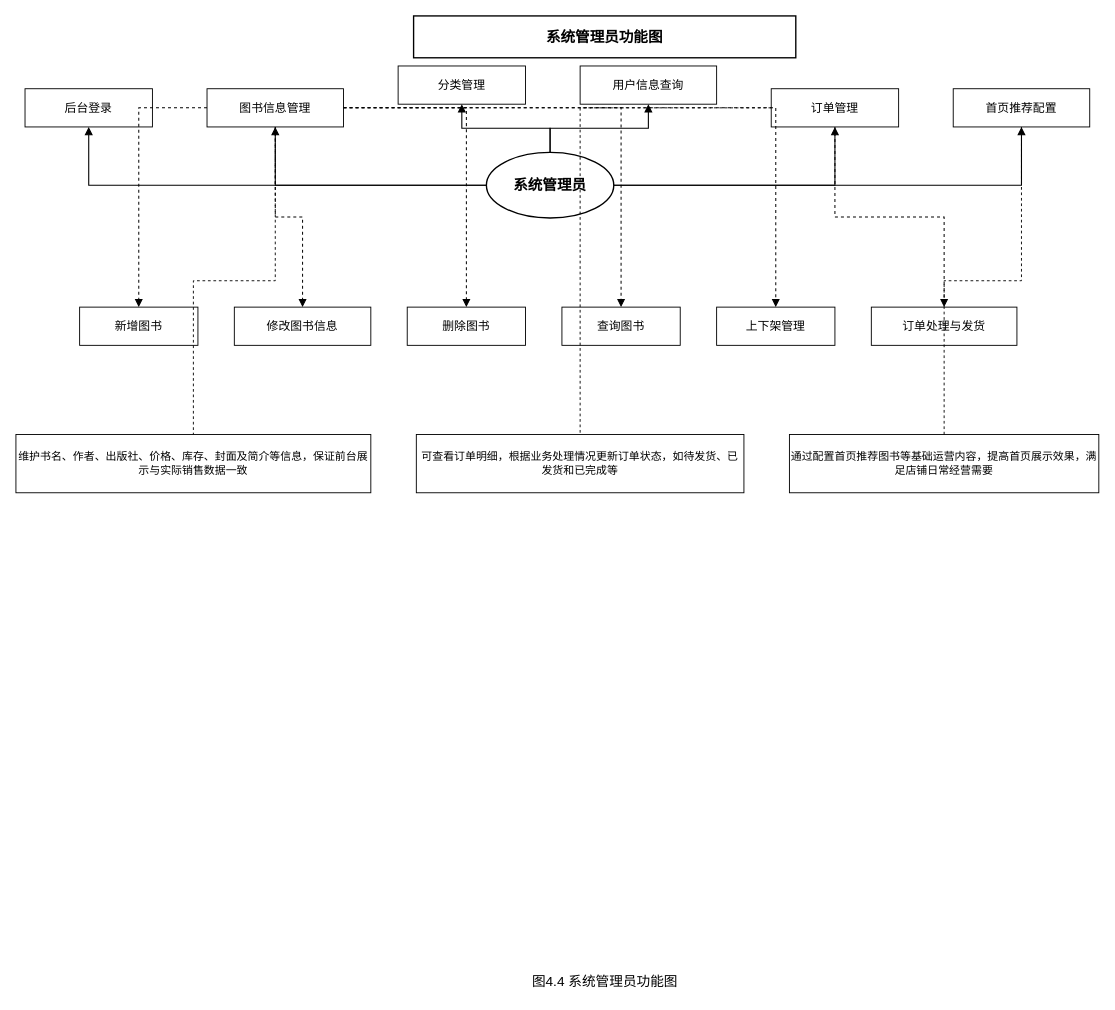
This is 图4.4 系统管理员功能图.drawio from wujiangcai/drawio, a draw.io file, before an edit. Source tidied: cells renumbered, new cells numbered last; positions are measured from the earlier drawing's top-left corner, leaving out a move shared by most shapes. Both pictures are drawn from the tidied source at 91%, with x=0, y=0 at pixel (15, 15).
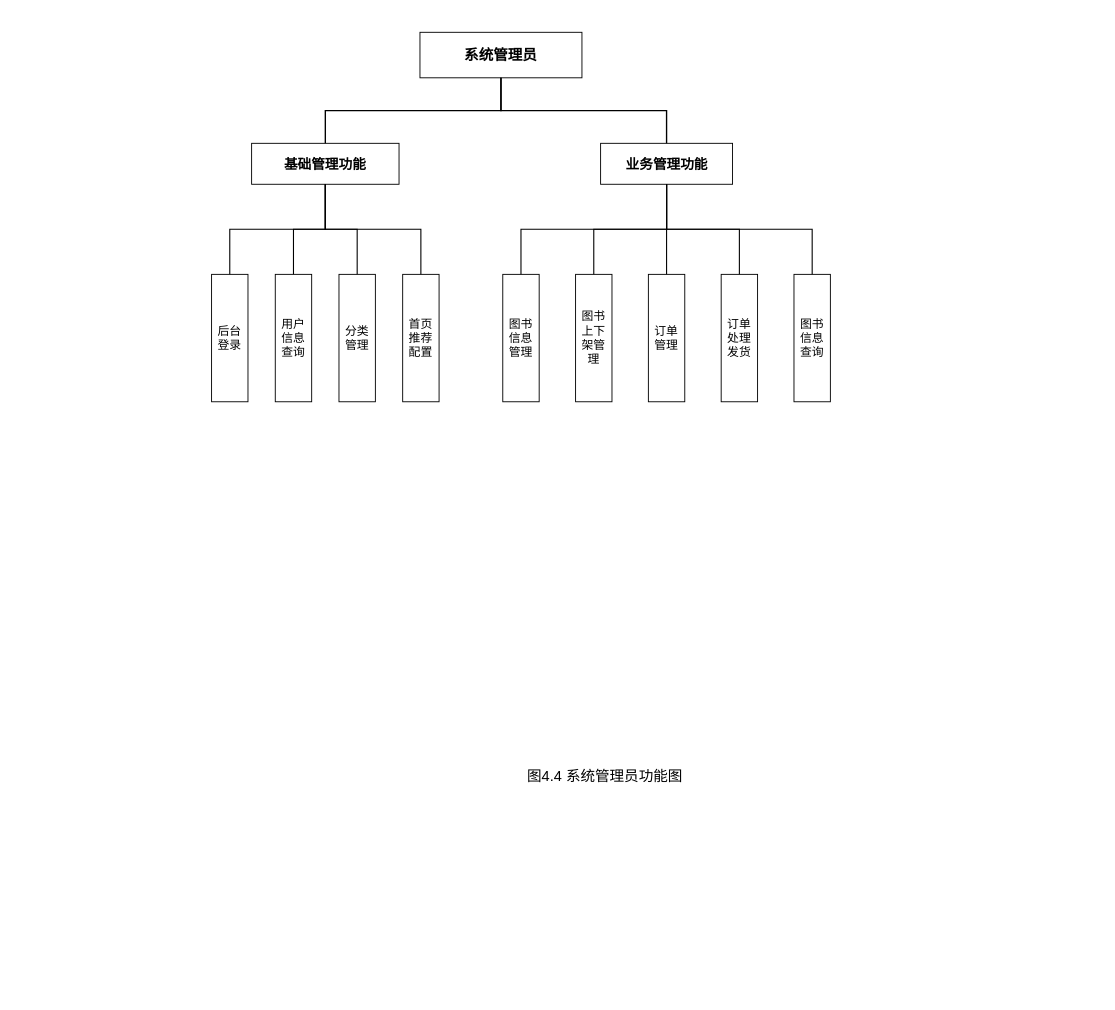
Above is the later version.

The edit, as a diff of the source:
```diff
@@
-    <mxCell id="2" value="系统管理员功能图" style="rounded=0;whiteSpace=wrap;html=1;fillColor=#ffffff;strokeColor=#000000;strokeWidth=1.5;fontSize=16;fontStyle=1;align=center;verticalAlign=middle;" parent="1" vertex="1">
-      <mxGeometry x="437" width="420" height="46" as="geometry" />
-    </mxCell>
-    <mxCell id="3" value="系统管理员" style="ellipse;whiteSpace=wrap;html=1;fillColor=#ffffff;strokeColor=#000000;strokeWidth=1.5;fontSize=16;fontStyle=1;align=center;verticalAlign=middle;" parent="1" vertex="1">
-      <mxGeometry x="517" y="150" width="140" height="72" as="geometry" />
+    <mxCell id="3" value="系统管理员" style="rounded=0;whiteSpace=wrap;html=1;fillColor=#ffffff;strokeColor=#000000;fontSize=16;fontStyle=1;align=center;verticalAlign=middle;" parent="1" vertex="1">
+      <mxGeometry x="444" y="18" width="178" height="50" as="geometry" />
     </mxCell>
+    <mxCell id="35" value="基础管理功能" style="rounded=0;whiteSpace=wrap;html=1;fillColor=#ffffff;strokeColor=#000000;fontSize=15;fontStyle=1;align=center;verticalAlign=middle;" parent="1" vertex="1">
+      <mxGeometry x="259" y="140" width="162" height="45" as="geometry" />
+    </mxCell>
+    <mxCell id="36" value="业务管理功能" style="rounded=0;whiteSpace=wrap;html=1;fillColor=#ffffff;strokeColor=#000000;fontSize=15;fontStyle=1;align=center;verticalAlign=middle;" parent="1" vertex="1">
+      <mxGeometry x="642.5" y="140" width="145" height="45" as="geometry" />
+    </mxCell>
-    <mxCell id="4" value="后台登录" style="rounded=0;whiteSpace=wrap;html=1;fillColor=#ffffff;strokeColor=#000000;fontSize=13;align=center;verticalAlign=middle;" parent="1" vertex="1">
-      <mxGeometry x="10" y="80" width="140" height="42" as="geometry" />
+    <mxCell id="4" value="后台登录" style="rounded=0;whiteSpace=wrap;html=1;fillColor=#ffffff;strokeColor=#000000;fontSize=13;align=center;verticalAlign=middle;direction=south;" parent="1" vertex="1">
+      <mxGeometry x="215" y="284" width="40" height="140" as="geometry" />
     </mxCell>
+    <mxCell id="7" value="用户信息查询" style="rounded=0;whiteSpace=wrap;html=1;fillColor=#ffffff;strokeColor=#000000;fontSize=13;align=center;verticalAlign=middle;direction=south;" parent="1" vertex="1">
+      <mxGeometry x="285" y="284" width="40" height="140" as="geometry" />
+    </mxCell>
+    <mxCell id="6" value="分类管理" style="rounded=0;whiteSpace=wrap;html=1;fillColor=#ffffff;strokeColor=#000000;fontSize=13;align=center;verticalAlign=middle;direction=south;" parent="1" vertex="1">
+      <mxGeometry x="355" y="284" width="40" height="140" as="geometry" />
+    </mxCell>
+    <mxCell id="9" value="首页推荐配置" style="rounded=0;whiteSpace=wrap;html=1;fillColor=#ffffff;strokeColor=#000000;fontSize=13;align=center;verticalAlign=middle;direction=south;" parent="1" vertex="1">
+      <mxGeometry x="425" y="284" width="40" height="140" as="geometry" />
+    </mxCell>
-    <mxCell id="5" value="图书信息管理" style="rounded=0;whiteSpace=wrap;html=1;fillColor=#ffffff;strokeColor=#000000;fontSize=13;align=center;verticalAlign=middle;" parent="1" vertex="1">
-      <mxGeometry x="210" y="80" width="150" height="42" as="geometry" />
+    <mxCell id="5" value="图书信息管理" style="rounded=0;whiteSpace=wrap;html=1;fillColor=#ffffff;strokeColor=#000000;fontSize=13;align=center;verticalAlign=middle;direction=south;" parent="1" vertex="1">
+      <mxGeometry x="535" y="284" width="40" height="140" as="geometry" />
     </mxCell>
-    <mxCell id="6" value="分类管理" style="rounded=0;whiteSpace=wrap;html=1;fillColor=#ffffff;strokeColor=#000000;fontSize=13;align=center;verticalAlign=middle;" parent="1" vertex="1">
-      <mxGeometry x="420" y="55" width="140" height="42" as="geometry" />
-    </mxCell>
-    <mxCell id="7" value="用户信息查询" style="rounded=0;whiteSpace=wrap;html=1;fillColor=#ffffff;strokeColor=#000000;fontSize=13;align=center;verticalAlign=middle;" parent="1" vertex="1">
-      <mxGeometry x="620" y="55" width="150" height="42" as="geometry" />
-    </mxCell>
+    <mxCell id="37" value="图书上下架管理" style="rounded=0;whiteSpace=wrap;html=1;fillColor=#ffffff;strokeColor=#000000;fontSize=13;align=center;verticalAlign=middle;direction=south;" parent="1" vertex="1">
+      <mxGeometry x="615" y="284" width="40" height="140" as="geometry" />
+    </mxCell>
-    <mxCell id="8" value="订单管理" style="rounded=0;whiteSpace=wrap;html=1;fillColor=#ffffff;strokeColor=#000000;fontSize=13;align=center;verticalAlign=middle;" parent="1" vertex="1">
-      <mxGeometry x="830" y="80" width="140" height="42" as="geometry" />
+    <mxCell id="8" value="订单管理" style="rounded=0;whiteSpace=wrap;html=1;fillColor=#ffffff;strokeColor=#000000;fontSize=13;align=center;verticalAlign=middle;direction=south;" parent="1" vertex="1">
+      <mxGeometry x="695" y="284" width="40" height="140" as="geometry" />
     </mxCell>
-    <mxCell id="9" value="首页推荐配置" style="rounded=0;whiteSpace=wrap;html=1;fillColor=#ffffff;strokeColor=#000000;fontSize=13;align=center;verticalAlign=middle;" parent="1" vertex="1">
-      <mxGeometry x="1030" y="80" width="150" height="42" as="geometry" />
-    </mxCell>
-    <mxCell id="10" value="新增图书" style="rounded=0;whiteSpace=wrap;html=1;fillColor=#ffffff;strokeColor=#000000;fontSize=13;align=center;verticalAlign=middle;" parent="1" vertex="1">
-      <mxGeometry x="70" y="320" width="130" height="42" as="geometry" />
-    </mxCell>
-    <mxCell id="11" value="修改图书信息" style="rounded=0;whiteSpace=wrap;html=1;fillColor=#ffffff;strokeColor=#000000;fontSize=13;align=center;verticalAlign=middle;" parent="1" vertex="1">
-      <mxGeometry x="240" y="320" width="150" height="42" as="geometry" />
-    </mxCell>
-    <mxCell id="12" value="删除图书" style="rounded=0;whiteSpace=wrap;html=1;fillColor=#ffffff;strokeColor=#000000;fontSize=13;align=center;verticalAlign=middle;" parent="1" vertex="1">
-      <mxGeometry x="430" y="320" width="130" height="42" as="geometry" />
-    </mxCell>
-    <mxCell id="13" value="查询图书" style="rounded=0;whiteSpace=wrap;html=1;fillColor=#ffffff;strokeColor=#000000;fontSize=13;align=center;verticalAlign=middle;" parent="1" vertex="1">
-      <mxGeometry x="600" y="320" width="130" height="42" as="geometry" />
-    </mxCell>
-    <mxCell id="14" value="上下架管理" style="rounded=0;whiteSpace=wrap;html=1;fillColor=#ffffff;strokeColor=#000000;fontSize=13;align=center;verticalAlign=middle;" parent="1" vertex="1">
-      <mxGeometry x="770" y="320" width="130" height="42" as="geometry" />
-    </mxCell>
-    <mxCell id="15" value="订单处理与发货" style="rounded=0;whiteSpace=wrap;html=1;fillColor=#ffffff;strokeColor=#000000;fontSize=13;align=center;verticalAlign=middle;" parent="1" vertex="1">
-      <mxGeometry x="940" y="320" width="160" height="42" as="geometry" />
-    </mxCell>
-    <mxCell id="16" value="维护书名、作者、出版社、价格、库存、封面及简介等信息，保证前台展示与实际销售数据一致" style="rounded=0;whiteSpace=wrap;html=1;fillColor=#ffffff;strokeColor=#000000;fontSize=12;align=center;verticalAlign=middle;" parent="1" vertex="1">
-      <mxGeometry y="460" width="390" height="64" as="geometry" />
-    </mxCell>
-    <mxCell id="17" value="可查看订单明细，根据业务处理情况更新订单状态，如待发货、已发货和已完成等" style="rounded=0;whiteSpace=wrap;html=1;fillColor=#ffffff;strokeColor=#000000;fontSize=12;align=center;verticalAlign=middle;" parent="1" vertex="1">
-      <mxGeometry x="440" y="460" width="360" height="64" as="geometry" />
-    </mxCell>
-    <mxCell id="18" value="通过配置首页推荐图书等基础运营内容，提高首页展示效果，满足店铺日常经营需要" style="rounded=0;whiteSpace=wrap;html=1;fillColor=#ffffff;strokeColor=#000000;fontSize=12;align=center;verticalAlign=middle;" parent="1" vertex="1">
-      <mxGeometry x="850" y="460" width="340" height="64" as="geometry" />
-    </mxCell>
+    <mxCell id="38" value="订单处理发货" style="rounded=0;whiteSpace=wrap;html=1;fillColor=#ffffff;strokeColor=#000000;fontSize=13;align=center;verticalAlign=middle;direction=south;" parent="1" vertex="1">
+      <mxGeometry x="775" y="284" width="40" height="140" as="geometry" />
+    </mxCell>
+    <mxCell id="39" value="图书信息查询" style="rounded=0;whiteSpace=wrap;html=1;fillColor=#ffffff;strokeColor=#000000;fontSize=13;align=center;verticalAlign=middle;direction=south;" parent="1" vertex="1">
+      <mxGeometry x="855" y="284" width="40" height="140" as="geometry" />
+    </mxCell>
-    <mxCell id="19" style="edgeStyle=orthogonalEdgeStyle;rounded=0;jettySize=auto;html=1;endArrow=block;strokeWidth=1.2;strokeColor=#000000;" parent="1" edge="1" source="3" target="4">
+    <mxCell id="19" style="edgeStyle=orthogonalEdgeStyle;rounded=0;jettySize=auto;html=1;endArrow=none;strokeWidth=1.5;strokeColor=#000000;exitX=0.5;exitY=1;exitDx=0;exitDy=0;" parent="1" edge="1" source="3" target="35">
       <mxGeometry relative="1" as="geometry" />
     </mxCell>
-    <mxCell id="20" style="edgeStyle=orthogonalEdgeStyle;rounded=0;jettySize=auto;html=1;endArrow=block;strokeWidth=1.2;strokeColor=#000000;" parent="1" edge="1" source="3" target="5">
+    <mxCell id="20" style="edgeStyle=orthogonalEdgeStyle;rounded=0;jettySize=auto;html=1;endArrow=none;strokeWidth=1.5;strokeColor=#000000;exitX=0.5;exitY=1;exitDx=0;exitDy=0;" parent="1" edge="1" source="3" target="36">
       <mxGeometry relative="1" as="geometry" />
     </mxCell>
-    <mxCell id="21" style="edgeStyle=orthogonalEdgeStyle;rounded=0;jettySize=auto;html=1;endArrow=block;strokeWidth=1.2;strokeColor=#000000;" parent="1" edge="1" source="3" target="6">
+    <mxCell id="21" style="edgeStyle=orthogonalEdgeStyle;rounded=0;jettySize=auto;html=1;endArrow=none;strokeWidth=1.2;strokeColor=#000000;exitX=0.5;exitY=1;exitDx=0;exitDy=0;" parent="1" edge="1" source="35" target="4">
       <mxGeometry relative="1" as="geometry" />
     </mxCell>
-    <mxCell id="22" style="edgeStyle=orthogonalEdgeStyle;rounded=0;jettySize=auto;html=1;endArrow=block;strokeWidth=1.2;strokeColor=#000000;" parent="1" edge="1" source="3" target="7">
+    <mxCell id="22" style="edgeStyle=orthogonalEdgeStyle;rounded=0;jettySize=auto;html=1;endArrow=none;strokeWidth=1.2;strokeColor=#000000;exitX=0.5;exitY=1;exitDx=0;exitDy=0;" parent="1" edge="1" source="35" target="7">
       <mxGeometry relative="1" as="geometry" />
     </mxCell>
-    <mxCell id="23" style="edgeStyle=orthogonalEdgeStyle;rounded=0;jettySize=auto;html=1;endArrow=block;strokeWidth=1.2;strokeColor=#000000;" parent="1" edge="1" source="3" target="8">
+    <mxCell id="23" style="edgeStyle=orthogonalEdgeStyle;rounded=0;jettySize=auto;html=1;endArrow=none;strokeWidth=1.2;strokeColor=#000000;exitX=0.5;exitY=1;exitDx=0;exitDy=0;" parent="1" edge="1" source="35" target="6">
       <mxGeometry relative="1" as="geometry" />
     </mxCell>
-    <mxCell id="24" style="edgeStyle=orthogonalEdgeStyle;rounded=0;jettySize=auto;html=1;endArrow=block;strokeWidth=1.2;strokeColor=#000000;" parent="1" edge="1" source="3" target="9">
+    <mxCell id="24" style="edgeStyle=orthogonalEdgeStyle;rounded=0;jettySize=auto;html=1;endArrow=none;strokeWidth=1.2;strokeColor=#000000;exitX=0.5;exitY=1;exitDx=0;exitDy=0;" parent="1" edge="1" source="35" target="9">
       <mxGeometry relative="1" as="geometry" />
     </mxCell>
-    <mxCell id="25" style="edgeStyle=orthogonalEdgeStyle;rounded=0;jettySize=auto;html=1;endArrow=block;dashed=1;strokeWidth=1.1;strokeColor=#000000;" parent="1" edge="1" source="5" target="10">
+    <mxCell id="25" style="edgeStyle=orthogonalEdgeStyle;rounded=0;jettySize=auto;html=1;endArrow=none;strokeWidth=1.2;strokeColor=#000000;exitX=0.5;exitY=1;exitDx=0;exitDy=0;" parent="1" edge="1" source="36" target="5">
       <mxGeometry relative="1" as="geometry" />
     </mxCell>
-    <mxCell id="26" style="edgeStyle=orthogonalEdgeStyle;rounded=0;jettySize=auto;html=1;endArrow=block;dashed=1;strokeWidth=1.1;strokeColor=#000000;" parent="1" edge="1" source="5" target="11">
+    <mxCell id="26" style="edgeStyle=orthogonalEdgeStyle;rounded=0;jettySize=auto;html=1;endArrow=none;strokeWidth=1.2;strokeColor=#000000;exitX=0.5;exitY=1;exitDx=0;exitDy=0;" parent="1" edge="1" source="36" target="37">
       <mxGeometry relative="1" as="geometry" />
     </mxCell>
-    <mxCell id="27" style="edgeStyle=orthogonalEdgeStyle;rounded=0;jettySize=auto;html=1;endArrow=block;dashed=1;strokeWidth=1.1;strokeColor=#000000;" parent="1" edge="1" source="5" target="12">
+    <mxCell id="27" style="edgeStyle=orthogonalEdgeStyle;rounded=0;jettySize=auto;html=1;endArrow=none;strokeWidth=1.2;strokeColor=#000000;" parent="1" edge="1" source="36" target="8">
       <mxGeometry relative="1" as="geometry" />
     </mxCell>
-    <mxCell id="28" style="edgeStyle=orthogonalEdgeStyle;rounded=0;jettySize=auto;html=1;endArrow=block;dashed=1;strokeWidth=1.1;strokeColor=#000000;" parent="1" edge="1" source="5" target="13">
+    <mxCell id="28" style="edgeStyle=orthogonalEdgeStyle;rounded=0;jettySize=auto;html=1;endArrow=none;strokeWidth=1.2;strokeColor=#000000;" parent="1" edge="1" source="36" target="38">
       <mxGeometry relative="1" as="geometry" />
     </mxCell>
-    <mxCell id="29" style="edgeStyle=orthogonalEdgeStyle;rounded=0;jettySize=auto;html=1;endArrow=block;dashed=1;strokeWidth=1.1;strokeColor=#000000;" parent="1" edge="1" source="5" target="14">
+    <mxCell id="29" style="edgeStyle=orthogonalEdgeStyle;rounded=0;jettySize=auto;html=1;endArrow=none;strokeWidth=1.2;strokeColor=#000000;exitX=0.5;exitY=1;exitDx=0;exitDy=0;" parent="1" edge="1" source="36" target="39">
       <mxGeometry relative="1" as="geometry" />
     </mxCell>
-    <mxCell id="30" style="edgeStyle=orthogonalEdgeStyle;rounded=0;jettySize=auto;html=1;endArrow=block;dashed=1;strokeWidth=1.1;strokeColor=#000000;" parent="1" edge="1" source="8" target="15">
-      <mxGeometry relative="1" as="geometry" />
-    </mxCell>
-    <mxCell id="31" style="edgeStyle=orthogonalEdgeStyle;rounded=0;jettySize=auto;html=1;endArrow=none;dashed=1;strokeWidth=1.0;strokeColor=#000000;" parent="1" edge="1" source="5" target="16">
-      <mxGeometry relative="1" as="geometry" />
-    </mxCell>
-    <mxCell id="32" style="edgeStyle=orthogonalEdgeStyle;rounded=0;jettySize=auto;html=1;endArrow=none;dashed=1;strokeWidth=1.0;strokeColor=#000000;" parent="1" edge="1" source="8" target="17">
-      <mxGeometry relative="1" as="geometry" />
-    </mxCell>
-    <mxCell id="33" style="edgeStyle=orthogonalEdgeStyle;rounded=0;jettySize=auto;html=1;endArrow=none;dashed=1;strokeWidth=1.0;strokeColor=#000000;" parent="1" edge="1" source="9" target="18">
-      <mxGeometry relative="1" as="geometry" />
-    </mxCell>
-    <mxCell id="34" value="图4.4 系统管理员功能图" style="text;html=1;strokeColor=none;fillColor=none;align=center;verticalAlign=middle;fontSize=15;" parent="1" vertex="1">
-      <mxGeometry x="437" y="1045" width="420" height="30" as="geometry" />
+    <mxCell id="34" value="图4.4 系统管理员功能图" style="text;html=1;strokeColor=none;fillColor=none;align=center;verticalAlign=middle;fontSize=16;" parent="1" vertex="1">
+      <mxGeometry x="437" y="820" width="420" height="30" as="geometry" />
     </mxCell>
```
